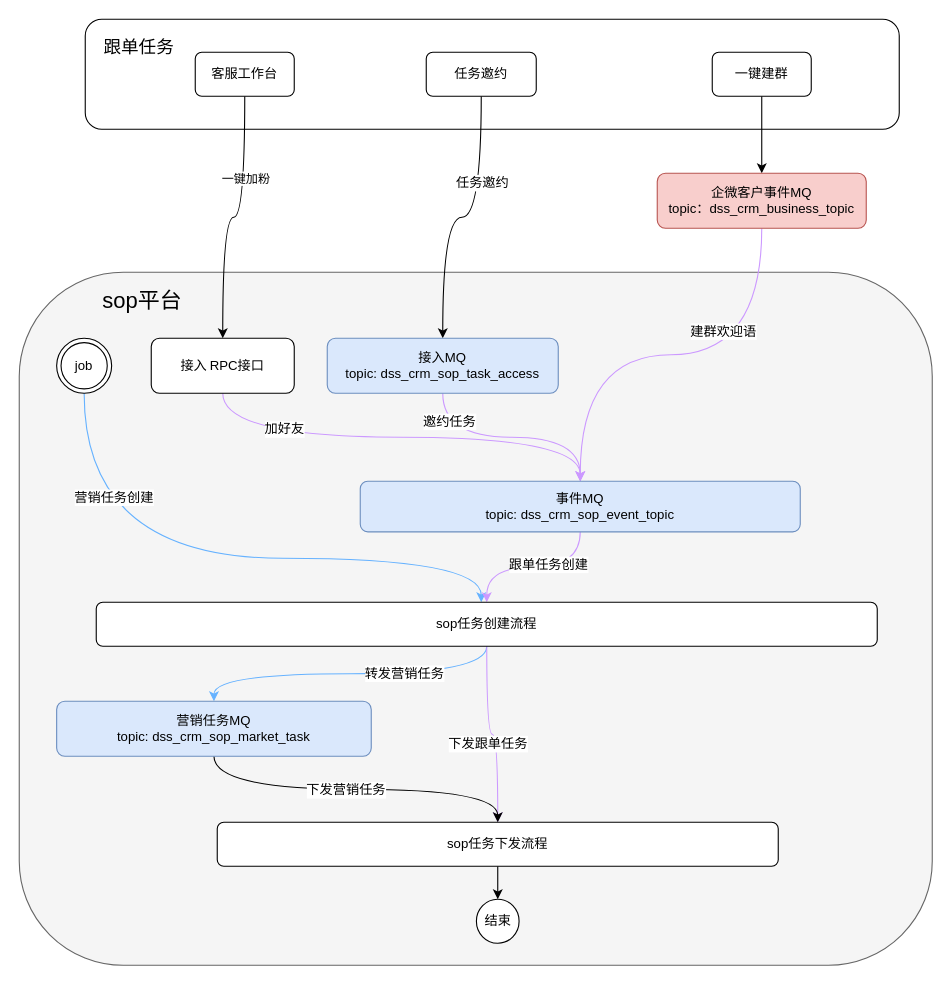
Before: sop流程.drawio in 330129161/draw.io, a draw.io diagram. Source tidied: cells renumbered, new cells numbered last; positions are measured from the earlier drawing's top-left corner, leaving out a move shared by most shapes. Both pictures are drawn from the tidied source at 110%, with x=0, y=0 at pixel (19, 19).
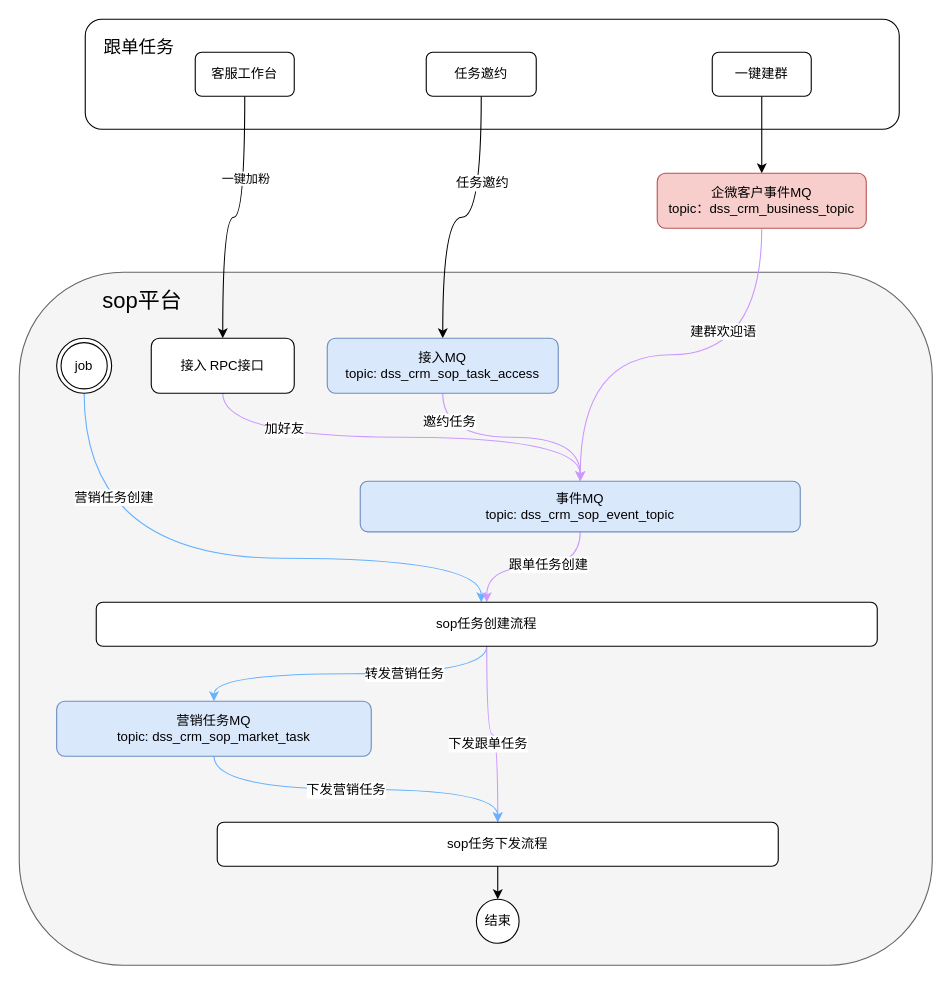
The same diagram, later.

Unchanged cells that the change refers to:
```xml
<mxCell id="36" value="营销任务MQ&lt;br&gt;topic:&amp;nbsp;dss_crm_sop_market_task&lt;span class=&quot;lark-record-clipboard&quot; data-lark-record-data=&quot;{&amp;quot;rootId&amp;quot;:&amp;quot;FImldMycgolcDUxQUyZcc2bRnjg&amp;quot;,&amp;quot;text&amp;quot;:{&amp;quot;initialAttributedTexts&amp;quot;:{&amp;quot;text&amp;quot;:{&amp;quot;0&amp;quot;:&amp;quot;dss_crm_sop_event_topic&amp;quot;},&amp;quot;attribs&amp;quot;:{&amp;quot;0&amp;quot;:&amp;quot;*0+n&amp;quot;}},&amp;quot;apool&amp;quot;:{&amp;quot;numToAttrib&amp;quot;:{&amp;quot;0&amp;quot;:[&amp;quot;author&amp;quot;,&amp;quot;7220235268358848515&amp;quot;]},&amp;quot;nextNum&amp;quot;:1}},&amp;quot;type&amp;quot;:&amp;quot;text&amp;quot;,&amp;quot;referenceRecordMap&amp;quot;:{},&amp;quot;extra&amp;quot;:{&amp;quot;mention_page_title&amp;quot;:{},&amp;quot;external_mention_url&amp;quot;:{}},&amp;quot;isKeepQuoteContainer&amp;quot;:false,&amp;quot;isFromCode&amp;quot;:false,&amp;quot;selection&amp;quot;:[{&amp;quot;id&amp;quot;:15,&amp;quot;type&amp;quot;:&amp;quot;text&amp;quot;,&amp;quot;selection&amp;quot;:{&amp;quot;start&amp;quot;:0,&amp;quot;end&amp;quot;:23},&amp;quot;recordId&amp;quot;:&amp;quot;SeJVd5J5EoVo28xKH6ecCVTpnXb&amp;quot;}],&amp;quot;payloadMap&amp;quot;:{},&amp;quot;isCut&amp;quot;:false}&quot;&gt;&lt;/span&gt;" style="rounded=1;whiteSpace=wrap;html=1;fillColor=#dae8fc;strokeColor=#6c8ebf;" parent="1" vertex="1">
  <mxGeometry x="34" y="620" width="286" height="50" as="geometry" />
</mxCell>
<mxCell id="38" value="sop任务下发流程" style="rounded=1;whiteSpace=wrap;html=1;strokeColor=default;align=center;verticalAlign=middle;fontFamily=Helvetica;fontSize=12;fontColor=default;fillColor=default;" parent="1" vertex="1">
  <mxGeometry x="180" y="730" width="510" height="40" as="geometry" />
</mxCell>
```

Change to the diagram source:
```diff
@@
-    <mxCell id="34" style="edgeStyle=orthogonalEdgeStyle;rounded=0;jettySize=auto;html=1;entryX=0.5;entryY=0;entryDx=0;entryDy=0;fontFamily=Helvetica;fontSize=12;fontColor=default;curved=1;" parent="1" edge="1" source="36" target="38">
+    <mxCell id="34" style="edgeStyle=orthogonalEdgeStyle;rounded=0;jettySize=auto;html=1;entryX=0.5;entryY=0;entryDx=0;entryDy=0;fontFamily=Helvetica;fontSize=12;fontColor=default;curved=1;strokeColor=#66B2FF;" parent="1" edge="1" source="36" target="38">
       <mxGeometry relative="1" as="geometry" />
     </mxCell>
```
